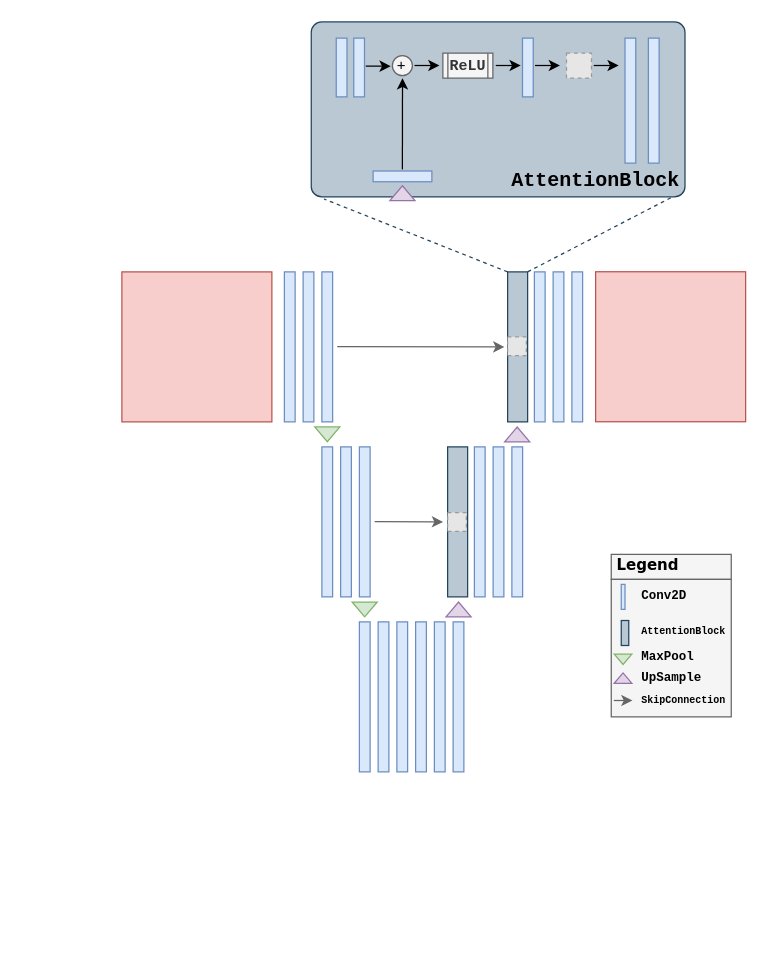
The draw.io diagram years/2025-26/imgs/AttentionUNet.drawio in devangelista2/computational-imaging, before the edit. Source tidied: cells renumbered, new cells numbered last; positions are measured from the earlier drawing's top-left corner, leaving out a move shared by most shapes. Both pictures are drawn from the tidied source at 125%, with x=0, y=0 at pixel (121, 21). Pictures stored in the file or linked from it are replaced by grey dashed boxes.
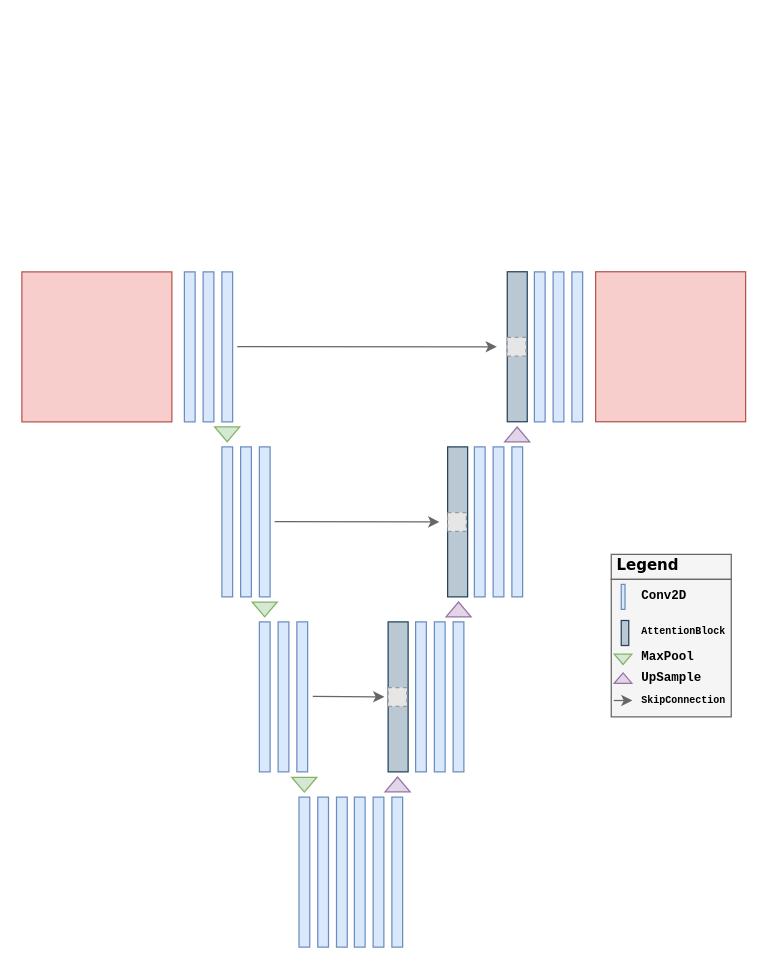
Above is the later version.

Diff of the diagram source:
```diff
@@
     <mxCell id="3" style="rounded=0;whiteSpace=wrap;html=1;fillColor=#dae8fc;strokeColor=#6c8ebf;" parent="1" vertex="1">
-      <mxGeometry x="130" y="200" width="8.6" height="120" as="geometry" />
+      <mxGeometry x="50" y="200" width="8.6" height="120" as="geometry" />
     </mxCell>
     <mxCell id="4" style="rounded=0;whiteSpace=wrap;html=1;fillColor=#dae8fc;strokeColor=#6c8ebf;" parent="1" vertex="1">
-      <mxGeometry x="145" y="200" width="8.6" height="120" as="geometry" />
+      <mxGeometry x="65" y="200" width="8.6" height="120" as="geometry" />
     </mxCell>
     <mxCell id="5" style="rounded=0;whiteSpace=wrap;html=1;fillColor=#dae8fc;strokeColor=#6c8ebf;" parent="1" vertex="1">
-      <mxGeometry x="160" y="200" width="8.6" height="120" as="geometry" />
+      <mxGeometry x="80" y="200" width="8.6" height="120" as="geometry" />
     </mxCell>
     <mxCell id="6" style="rounded=0;whiteSpace=wrap;html=1;fillColor=#dae8fc;strokeColor=#6c8ebf;" parent="1" vertex="1">
-      <mxGeometry x="160" y="340" width="8.6" height="120" as="geometry" />
+      <mxGeometry x="80" y="340" width="8.6" height="120" as="geometry" />
     </mxCell>
     <mxCell id="7" style="rounded=0;whiteSpace=wrap;html=1;fillColor=#dae8fc;strokeColor=#6c8ebf;" parent="1" vertex="1">
-      <mxGeometry x="175" y="340" width="8.6" height="120" as="geometry" />
+      <mxGeometry x="95" y="340" width="8.6" height="120" as="geometry" />
     </mxCell>
     <mxCell id="8" style="rounded=0;whiteSpace=wrap;html=1;fillColor=#dae8fc;strokeColor=#6c8ebf;" parent="1" vertex="1">
-      <mxGeometry x="190" y="340" width="8.6" height="120" as="geometry" />
+      <mxGeometry x="110" y="340" width="8.6" height="120" as="geometry" />
     </mxCell>
     <mxCell id="9" style="rounded=0;whiteSpace=wrap;html=1;fillColor=#dae8fc;strokeColor=#6c8ebf;" parent="1" vertex="1">
-      <mxGeometry x="190" y="480" width="8.6" height="120" as="geometry" />
+      <mxGeometry x="110" y="480" width="8.6" height="120" as="geometry" />
     </mxCell>
     <mxCell id="10" style="rounded=0;whiteSpace=wrap;html=1;fillColor=#dae8fc;strokeColor=#6c8ebf;" parent="1" vertex="1">
-      <mxGeometry x="205" y="480" width="8.6" height="120" as="geometry" />
+      <mxGeometry x="125" y="480" width="8.6" height="120" as="geometry" />
     </mxCell>
     <mxCell id="11" style="rounded=0;whiteSpace=wrap;html=1;fillColor=#dae8fc;strokeColor=#6c8ebf;" parent="1" vertex="1">
-      <mxGeometry x="220" y="480" width="8.6" height="120" as="geometry" />
+      <mxGeometry x="140" y="480" width="8.6" height="120" as="geometry" />
     </mxCell>
@@
     <mxCell id="21" style="triangle;whiteSpace=wrap;html=1;rotation=90;fillColor=#d5e8d4;strokeColor=#82b366;" parent="1" vertex="1">
-      <mxGeometry x="158.4" y="319.9" width="11.9" height="20.1" as="geometry" />
+      <mxGeometry x="78.3" y="319.9" width="11.9" height="20.1" as="geometry" />
     </mxCell>
     <mxCell id="22" style="triangle;whiteSpace=wrap;html=1;rotation=90;fillColor=#d5e8d4;strokeColor=#82b366;" parent="1" vertex="1">
-      <mxGeometry x="188.3" y="460" width="11.9" height="20.1" as="geometry" />
+      <mxGeometry x="108.3" y="460" width="11.9" height="20.1" as="geometry" />
     </mxCell>
@@
     <mxCell id="25" style="whiteSpace=wrap;html=1;fillColor=#f8cecc;strokeColor=#b85450;" parent="1" vertex="1">
-      <mxGeometry y="200" width="120" height="120" as="geometry" />
+      <mxGeometry x="-80" y="200" width="120" height="120" as="geometry" />
     </mxCell>
@@
     <mxCell id="27" style="endArrow=classic;html=1;rounded=0;fillColor=#f5f5f5;strokeColor=#666666;" parent="1" edge="1">
       <mxGeometry relative="1" as="geometry">
-        <mxPoint x="172.3" y="259.8" as="sourcePoint" />
-        <mxPoint x="306" y="260" as="targetPoint" />
+        <mxPoint x="92.3" y="259.8" as="sourcePoint" />
+        <mxPoint x="300" y="259.9" as="targetPoint" />
       </mxGeometry>
     </mxCell>
     <mxCell id="28" style="endArrow=classic;html=1;rounded=0;fillColor=#f5f5f5;strokeColor=#666666;" parent="1" edge="1">
       <mxGeometry relative="1" as="geometry">
-        <mxPoint x="202.2" y="399.8" as="sourcePoint" />
-        <mxPoint x="257" y="400" as="targetPoint" />
+        <mxPoint x="122.2" y="399.8" as="sourcePoint" />
+        <mxPoint x="254" y="400" as="targetPoint" />
       </mxGeometry>
     </mxCell>
@@
     <mxCell id="37" value="&lt;b style=&quot;&quot;&gt;&lt;font style=&quot;font-size: 10px;&quot; face=&quot;Courier New&quot;&gt;UpSample&lt;/font&gt;&lt;/b&gt;" style="text;html=1;align=left;verticalAlign=middle;whiteSpace=wrap;rounded=0;" parent="1" vertex="1">
-      <mxGeometry x="413.5" y="508.9" width="60" height="30" as="geometry" />
+      <mxGeometry x="413.5" y="509" width="60" height="30" as="geometry" />
     </mxCell>
@@
-    <mxCell id="39" style="rounded=0;whiteSpace=wrap;html=1;fillColor=#bac8d3;strokeColor=#23445d;" parent="1" vertex="1">
-      <mxGeometry x="308.6" y="200" width="16" height="120" as="geometry" />
-    </mxCell>
@@
-    <mxCell id="43" style="fillColor=#E6E6E6;strokeColor=#999999;dashed=1;verticalLabelPosition=bottom;labelBackgroundColor=default;verticalAlign=top;" parent="1" vertex="1">
-      <mxGeometry x="308.6" y="252" width="15" height="15" as="geometry" />
-    </mxCell>
@@
-    <mxCell id="45" style="rounded=1;whiteSpace=wrap;html=1;fillColor=#bac8d3;strokeColor=#23445d;arcSize=6;" parent="1" vertex="1">
-      <mxGeometry x="151.5" width="299" height="140" as="geometry" />
-    </mxCell>
-    <mxCell id="46" value="&lt;font style=&quot;font-size: 16px;&quot; face=&quot;Courier New&quot;&gt;&lt;b style=&quot;&quot;&gt;AttentionBlock&lt;/b&gt;&lt;/font&gt;" style="text;html=1;align=left;verticalAlign=middle;whiteSpace=wrap;rounded=0;" parent="1" vertex="1">
-      <mxGeometry x="309.8" y="113" width="60" height="30" as="geometry" />
-    </mxCell>
-    <mxCell id="47" style="rounded=0;whiteSpace=wrap;html=1;fillColor=#dae8fc;strokeColor=#6c8ebf;" parent="1" vertex="1">
-      <mxGeometry x="171.5" y="13" width="8.6" height="47" as="geometry" />
-    </mxCell>
-    <mxCell id="48" style="rounded=0;whiteSpace=wrap;html=1;fillColor=#dae8fc;strokeColor=#6c8ebf;" parent="1" vertex="1">
-      <mxGeometry x="421.2" y="13" width="8.6" height="100" as="geometry" />
-    </mxCell>
-    <mxCell id="49" style="rounded=0;whiteSpace=wrap;html=1;fillColor=#dae8fc;strokeColor=#6c8ebf;" parent="1" vertex="1">
-      <mxGeometry x="402.5" y="13" width="8.6" height="100" as="geometry" />
-    </mxCell>
-    <mxCell id="50" style="rounded=0;whiteSpace=wrap;html=1;fillColor=#dae8fc;strokeColor=#6c8ebf;" parent="1" vertex="1">
-      <mxGeometry x="185.5" y="13" width="8.6" height="47" as="geometry" />
-    </mxCell>
-    <mxCell id="51" style="triangle;whiteSpace=wrap;html=1;rotation=-90;fillColor=#e1d5e7;strokeColor=#9673a6;" parent="1" vertex="1">
-      <mxGeometry x="218.5" y="127" width="11.9" height="20.1" as="geometry" />
-    </mxCell>
-    <mxCell id="52" style="rounded=0;whiteSpace=wrap;html=1;fillColor=#dae8fc;strokeColor=#6c8ebf;rotation=90;" parent="1" vertex="1">
-      <mxGeometry x="220.2" y="100.1" width="8.6" height="47" as="geometry" />
-    </mxCell>
-    <mxCell id="53" style="ellipse;whiteSpace=wrap;html=1;fillColor=#f5f5f5;fontColor=#333333;strokeColor=#666666;" parent="1" vertex="1">
-      <mxGeometry x="216.4" y="27" width="16" height="16" as="geometry" />
-    </mxCell>
-    <mxCell id="54" value="+" style="text;html=1;align=center;verticalAlign=middle;whiteSpace=wrap;rounded=0;" parent="1" vertex="1">
-      <mxGeometry x="194.4" y="20" width="60" height="30" as="geometry" />
-    </mxCell>
-    <mxCell id="55" style="endArrow=classic;html=1;rounded=0;" parent="1" edge="1">
-      <mxGeometry relative="1" as="geometry">
-        <mxPoint x="195.1" y="35.4" as="sourcePoint" />
-        <mxPoint x="215.1" y="35.4" as="targetPoint" />
-      </mxGeometry>
-    </mxCell>
-    <mxCell id="56" style="endArrow=classic;html=1;rounded=0;" parent="1" edge="1">
-      <mxGeometry relative="1" as="geometry">
-        <mxPoint x="224.4" y="118" as="sourcePoint" />
-        <mxPoint x="224.5" y="45" as="targetPoint" />
-      </mxGeometry>
-    </mxCell>
-    <mxCell id="57" style="fillColor=#E6E6E6;strokeColor=#999999;dashed=1;verticalLabelPosition=bottom;labelBackgroundColor=default;verticalAlign=top;" parent="1" vertex="1">
-      <mxGeometry x="355.7" y="25" width="20" height="20" as="geometry" />
-    </mxCell>
-    <mxCell id="58" style="endArrow=classic;html=1;rounded=0;" parent="1" edge="1">
-      <mxGeometry relative="1" as="geometry">
-        <mxPoint x="234.1" y="34.9" as="sourcePoint" />
-        <mxPoint x="254.1" y="34.9" as="targetPoint" />
-      </mxGeometry>
-    </mxCell>
-    <mxCell id="59" value="&lt;b&gt;&lt;font face=&quot;Courier New&quot;&gt;ReLU&lt;/font&gt;&lt;/b&gt;" style="shape=process;whiteSpace=wrap;html=1;backgroundOutline=1;fillColor=#f5f5f5;fontColor=#333333;strokeColor=#666666;" parent="1" vertex="1">
-      <mxGeometry x="256.8" y="25" width="40" height="20" as="geometry" />
-    </mxCell>
-    <mxCell id="60" style="endArrow=classic;html=1;rounded=0;" parent="1" edge="1">
-      <mxGeometry relative="1" as="geometry">
-        <mxPoint x="299.1" y="34.9" as="sourcePoint" />
-        <mxPoint x="319.1" y="34.9" as="targetPoint" />
-      </mxGeometry>
-    </mxCell>
-    <mxCell id="61" style="rounded=0;whiteSpace=wrap;html=1;fillColor=#dae8fc;strokeColor=#6c8ebf;" parent="1" vertex="1">
-      <mxGeometry x="320.5" y="13" width="8.6" height="47" as="geometry" />
-    </mxCell>
-    <mxCell id="62" style="endArrow=classic;html=1;rounded=0;" parent="1" edge="1">
-      <mxGeometry relative="1" as="geometry">
-        <mxPoint x="330.5" y="34.9" as="sourcePoint" />
-        <mxPoint x="350.5" y="34.9" as="targetPoint" />
-      </mxGeometry>
-    </mxCell>
-    <mxCell id="63" style="endArrow=classic;html=1;rounded=0;" parent="1" edge="1">
-      <mxGeometry relative="1" as="geometry">
-        <mxPoint x="377.5" y="34.9" as="sourcePoint" />
-        <mxPoint x="397.5" y="34.9" as="targetPoint" />
-      </mxGeometry>
-    </mxCell>
-    <mxCell id="64" style="endArrow=none;dashed=1;html=1;rounded=0;exitX=1;exitY=0;exitDx=0;exitDy=0;entryX=0.962;entryY=1.005;entryDx=0;entryDy=0;entryPerimeter=0;fillColor=#bac8d3;strokeColor=#23445d;" parent="1" edge="1" source="39" target="45">
-      <mxGeometry relative="1" as="geometry" />
-    </mxCell>
-    <mxCell id="65" style="endArrow=none;dashed=1;html=1;rounded=0;exitX=0;exitY=0;exitDx=0;exitDy=0;entryX=0.034;entryY=1.012;entryDx=0;entryDy=0;entryPerimeter=0;fillColor=#bac8d3;strokeColor=#23445d;" parent="1" edge="1" source="39" target="45">
-      <mxGeometry relative="1" as="geometry" />
-    </mxCell>
+    <mxCell id="66" style="rounded=0;whiteSpace=wrap;html=1;fillColor=#dae8fc;strokeColor=#6c8ebf;" parent="1" vertex="1">
+      <mxGeometry x="141.7" y="620.2" width="8.6" height="120" as="geometry" />
+    </mxCell>
+    <mxCell id="67" style="rounded=0;whiteSpace=wrap;html=1;fillColor=#dae8fc;strokeColor=#6c8ebf;" parent="1" vertex="1">
+      <mxGeometry x="156.7" y="620.2" width="8.6" height="120" as="geometry" />
+    </mxCell>
+    <mxCell id="68" style="rounded=0;whiteSpace=wrap;html=1;fillColor=#dae8fc;strokeColor=#6c8ebf;" parent="1" vertex="1">
+      <mxGeometry x="171.7" y="620.2" width="8.6" height="120" as="geometry" />
+    </mxCell>
+    <mxCell id="69" style="triangle;whiteSpace=wrap;html=1;rotation=90;fillColor=#d5e8d4;strokeColor=#82b366;" parent="1" vertex="1">
+      <mxGeometry x="140" y="600.2" width="11.9" height="20.1" as="geometry" />
+    </mxCell>
+    <mxCell id="70" style="rounded=0;whiteSpace=wrap;html=1;fillColor=#dae8fc;strokeColor=#6c8ebf;" parent="1" vertex="1">
+      <mxGeometry x="186" y="620.2" width="8.6" height="120" as="geometry" />
+    </mxCell>
+    <mxCell id="71" style="rounded=0;whiteSpace=wrap;html=1;fillColor=#dae8fc;strokeColor=#6c8ebf;" parent="1" vertex="1">
+      <mxGeometry x="201" y="620.2" width="8.6" height="120" as="geometry" />
+    </mxCell>
+    <mxCell id="72" style="rounded=0;whiteSpace=wrap;html=1;fillColor=#dae8fc;strokeColor=#6c8ebf;" parent="1" vertex="1">
+      <mxGeometry x="216" y="620.2" width="8.6" height="120" as="geometry" />
+    </mxCell>
+    <mxCell id="73" style="rounded=0;whiteSpace=wrap;html=1;fillColor=#bac8d3;strokeColor=#23445d;" parent="1" vertex="1">
+      <mxGeometry x="213" y="480" width="16" height="120" as="geometry" />
+    </mxCell>
+    <mxCell id="74" style="fillColor=#E6E6E6;strokeColor=#999999;dashed=1;verticalLabelPosition=bottom;labelBackgroundColor=default;verticalAlign=top;" parent="1" vertex="1">
+      <mxGeometry x="213" y="532.5" width="15" height="15" as="geometry" />
+    </mxCell>
+    <mxCell id="75" style="triangle;whiteSpace=wrap;html=1;rotation=-90;fillColor=#e1d5e7;strokeColor=#9673a6;" parent="1" vertex="1">
+      <mxGeometry x="214.6" y="600" width="11.9" height="20.1" as="geometry" />
+    </mxCell>
+    <mxCell id="76" style="endArrow=classic;html=1;rounded=0;fillColor=#f5f5f5;strokeColor=#666666;" parent="1" edge="1">
+      <mxGeometry relative="1" as="geometry">
+        <mxPoint x="152.7" y="539.6" as="sourcePoint" />
+        <mxPoint x="210" y="540" as="targetPoint" />
+      </mxGeometry>
+    </mxCell>
+    <mxCell id="77" style="rounded=0;whiteSpace=wrap;html=1;fillColor=#bac8d3;strokeColor=#23445d;" parent="1" vertex="1">
+      <mxGeometry x="308.3" y="199.9" width="16" height="120" as="geometry" />
+    </mxCell>
+    <mxCell id="78" style="fillColor=#E6E6E6;strokeColor=#999999;dashed=1;verticalLabelPosition=bottom;labelBackgroundColor=default;verticalAlign=top;" parent="1" vertex="1">
+      <mxGeometry x="308.3" y="252.4" width="15" height="15" as="geometry" />
+    </mxCell>
```
